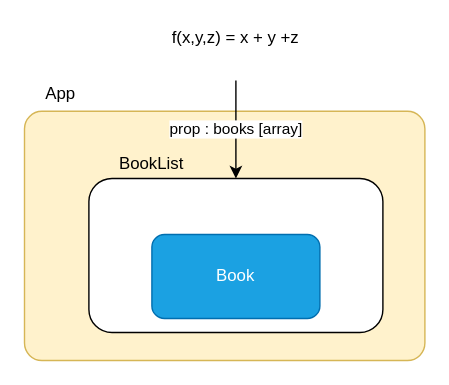
Earlier version of the draw.io diagram page "day-3" (4 of 5) of day-03/draw.drawio (zcomert/BtkAkademiDotNetBootCamp). Source tidied: cells renumbered, new cells numbered last; positions are measured from the earlier drawing's top-left corner, leaving out a move shared by most shapes. Both pictures are drawn from the tidied source at 140%, with x=0, y=0 at pixel (24, 24).
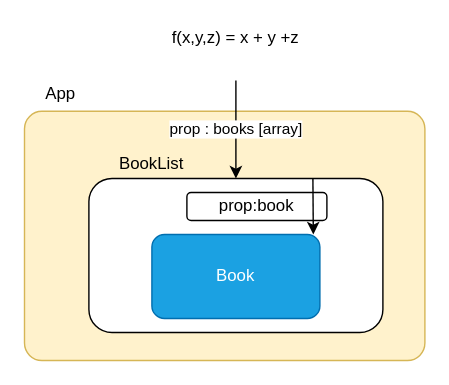
Above is the later version.

What changed in the source:
```diff
@@
 <mxGraphModel>
   <root>
     <mxCell id="0" />
     <mxCell id="1" parent="0" />
     <mxCell id="2" style="rounded=1;whiteSpace=wrap;html=1;fillColor=#fff2cc;strokeColor=#d6b656;arcSize=7;" parent="1" vertex="1">
       <mxGeometry y="62" width="286" height="178" as="geometry" />
     </mxCell>
     <mxCell id="3" value="App" style="text;html=1;strokeColor=none;fillColor=none;align=center;verticalAlign=middle;whiteSpace=wrap;rounded=0;" parent="1" vertex="1">
       <mxGeometry x="6" y="40" width="40" height="20" as="geometry" />
     </mxCell>
     <mxCell id="4" style="rounded=1;whiteSpace=wrap;html=1;" parent="1" vertex="1">
       <mxGeometry x="46" y="110" width="210" height="110" as="geometry" />
     </mxCell>
     <mxCell id="5" value="prop : books [array]" style="endArrow=classic;html=1;" parent="1" edge="1" target="4">
       <mxGeometry relative="1" as="geometry">
         <mxPoint x="151" y="40" as="sourcePoint" />
       </mxGeometry>
     </mxCell>
     <mxCell id="6" value="f(x,y,z) = x + y +z" style="text;html=1;strokeColor=none;fillColor=none;align=center;verticalAlign=middle;whiteSpace=wrap;rounded=0;" parent="1" vertex="1">
       <mxGeometry x="86" width="130" height="20" as="geometry" />
     </mxCell>
     <mxCell id="7" value="BookList" style="text;html=1;strokeColor=none;fillColor=none;align=center;verticalAlign=middle;whiteSpace=wrap;rounded=0;" parent="1" vertex="1">
       <mxGeometry x="56" y="90" width="70" height="20" as="geometry" />
     </mxCell>
     <mxCell id="8" value="Book" style="rounded=1;whiteSpace=wrap;html=1;fillColor=#1ba1e2;strokeColor=#006EAF;fontColor=#ffffff;" parent="1" vertex="1">
       <mxGeometry x="91" y="150" width="120" height="60" as="geometry" />
     </mxCell>
+    <mxCell id="9" value="prop:book" style="rounded=1;whiteSpace=wrap;html=1;" parent="1" vertex="1">
+      <mxGeometry x="116" y="120" width="100" height="20" as="geometry" />
+    </mxCell>
+    <mxCell id="10" style="endArrow=classic;html=1;" parent="1" edge="1">
+      <mxGeometry relative="1" as="geometry">
+        <mxPoint x="206" y="110" as="sourcePoint" />
+        <mxPoint x="206.3" y="150" as="targetPoint" />
+      </mxGeometry>
+    </mxCell>
   </root>
 </mxGraphModel>
```
